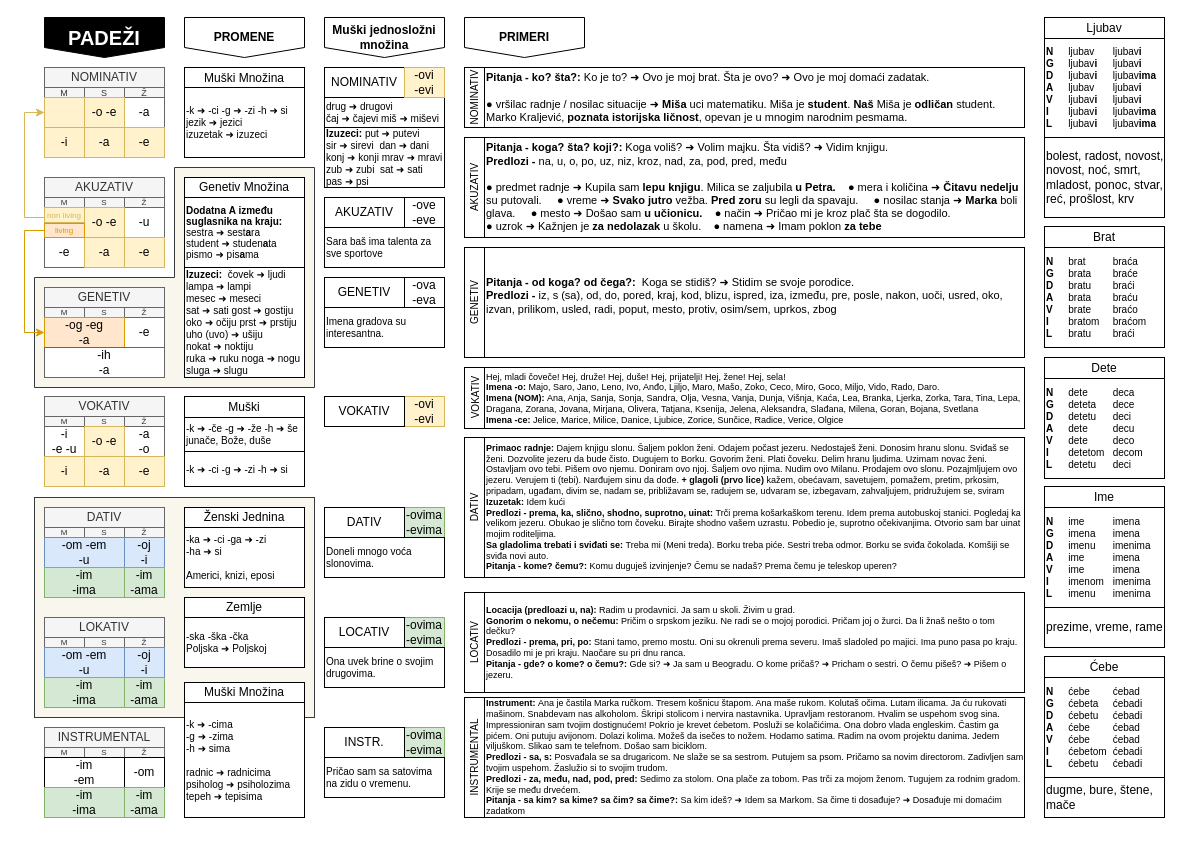
The draw.io diagram draws/padezi.drawio in vlandivir/srpski, before the edit. Source tidied: cells renumbered, new cells numbered last; positions are measured from the earlier drawing's top-left corner, leaving out a move shared by most shapes. Both pictures are drawn from the tidied source at 100%, with x=0, y=0 at pixel (24, 17).
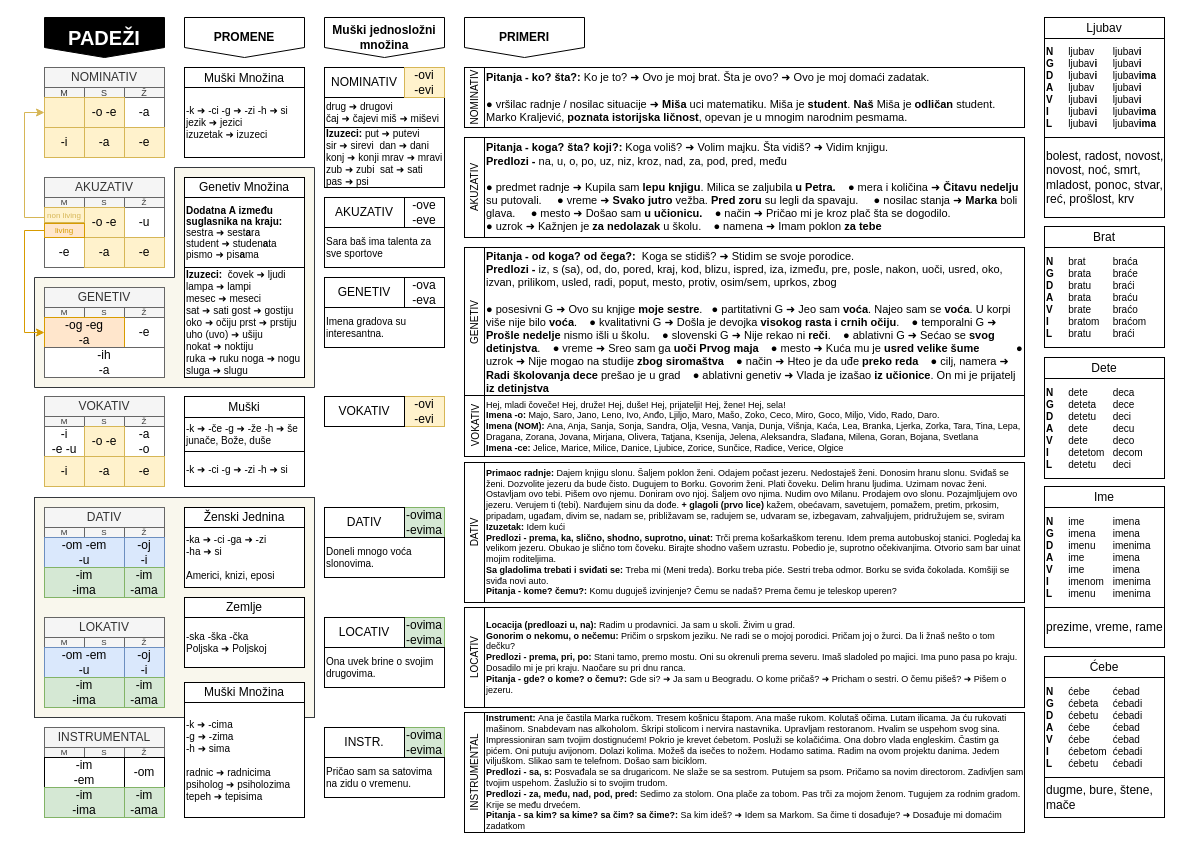
The same diagram, later.

Diff of the diagram source:
```diff
@@
     <mxCell id="97" value="GENETIV" style="rounded=0;whiteSpace=wrap;html=1;fontSize=10;horizontal=0;" parent="1" vertex="1">
-      <mxGeometry x="440" y="230" width="20" height="110" as="geometry" />
+      <mxGeometry x="440" y="230" width="20" height="150" as="geometry" />
     </mxCell>
     <mxCell id="98" value="VOKATIV" style="rounded=0;whiteSpace=wrap;html=1;fontSize=10;horizontal=0;" parent="1" vertex="1">
-      <mxGeometry x="440" y="350" width="20" height="61" as="geometry" />
+      <mxGeometry x="440" y="378" width="20" height="61" as="geometry" />
     </mxCell>
     <mxCell id="99" value="DATIV" style="rounded=0;whiteSpace=wrap;html=1;fontSize=10;horizontal=0;" parent="1" vertex="1">
-      <mxGeometry x="440" y="420" width="20" height="140" as="geometry" />
+      <mxGeometry x="440" y="445" width="20" height="140" as="geometry" />
     </mxCell>
     <mxCell id="100" value="LOCATIV" style="rounded=0;whiteSpace=wrap;html=1;fontSize=10;horizontal=0;" parent="1" vertex="1">
-      <mxGeometry x="440" y="575" width="20" height="100" as="geometry" />
+      <mxGeometry x="440" y="590" width="20" height="100" as="geometry" />
     </mxCell>
     <mxCell id="101" value="INSTRUMENTAL" style="rounded=0;whiteSpace=wrap;html=1;fontSize=10;horizontal=0;" parent="1" vertex="1">
-      <mxGeometry x="440" y="680" width="20" height="120" as="geometry" />
+      <mxGeometry x="440" y="695" width="20" height="120" as="geometry" />
     </mxCell>
@@
-    <mxCell id="106" value="&lt;font style=&quot;font-size: 11px;&quot;&gt;&lt;b style=&quot;&quot;&gt;Pitanja - od koga? od čega?:&amp;nbsp; &lt;/b&gt;Koga se stidiš? ➜ Stidim se svoje porodice.&amp;nbsp;&lt;br&gt;&lt;b&gt;Predlozi -&lt;/b&gt; iz, s (sa), od, do, pored, kraj, kod, blizu, ispred, iza, između, pre, posle, nakon, uoči, usred, oko, izvan, prilikom, usled, radi, poput, mesto, protiv, osim/sem, uprkos, zbog&lt;br&gt;&lt;br&gt;&lt;/font&gt;" style="rounded=0;whiteSpace=wrap;html=1;align=left;fontSize=9;" parent="1" vertex="1">
-      <mxGeometry x="460" y="230" width="540" height="110" as="geometry" />
+    <mxCell id="106" value="&lt;font style=&quot;font-size: 11px;&quot;&gt;&lt;b&gt;Pitanja - od koga? od čega?:&amp;nbsp; &lt;/b&gt;Koga se stidiš? ➜ Stidim se svoje porodice.&amp;nbsp;&lt;br&gt;&lt;b&gt;Predlozi -&lt;/b&gt; iz, s (sa), od, do, pored, kraj, kod, blizu, ispred, iza, između, pre, posle, nakon, uoči, usred, oko, izvan, prilikom, usled, radi, poput, mesto, protiv, osim/sem, uprkos, zbog&lt;/font&gt;&lt;div style=&quot;font-size: 11px;&quot;&gt;&lt;font style=&quot;font-size: 11px;&quot;&gt;&lt;br&gt;&lt;/font&gt;&lt;/div&gt;&lt;div style=&quot;font-size: 11px;&quot;&gt;&lt;font style=&quot;font-size: 11px;&quot;&gt;● posesivni G ➜ Ovo su knjige &lt;b&gt;moje sestre&lt;/b&gt;. &amp;nbsp; ● partitativni G ➜ Jeo sam &lt;b&gt;voća&lt;/b&gt;. Najeo sam se &lt;b&gt;voća&lt;/b&gt;. U korpi više nije bilo &lt;b&gt;voća&lt;/b&gt;. &amp;nbsp; &amp;nbsp;● kvalitativni G ➜ Došla je devojka &lt;b&gt;visokog rasta i crnih očiju&lt;/b&gt;. &amp;nbsp; &amp;nbsp;● temporalni G ➜ &lt;b&gt;Prošle nedelje&lt;/b&gt; nismo išli u školu. &amp;nbsp; &amp;nbsp;● slovenski G ➜ Nije rekao ni &lt;b&gt;reči&lt;/b&gt;. &amp;nbsp; &amp;nbsp;● ablativni G ➜ Sećao se &lt;b&gt;svog detinjstva&lt;/b&gt;. &amp;nbsp; &amp;nbsp;● vreme ➜ Sreo sam ga &lt;b&gt;uoči Prvog maja&lt;/b&gt; &amp;nbsp; &amp;nbsp;● mesto ➜ Kuća mu je &lt;b&gt;usred velike šume&lt;/b&gt;&amp;nbsp; &amp;nbsp; &amp;nbsp; &amp;nbsp; &amp;nbsp; &amp;nbsp; ● uzrok ➜ Nije mogao na studije &lt;b&gt;zbog siromaštva&lt;/b&gt; &amp;nbsp; &amp;nbsp;● način ➜ Hteo je da uđe &lt;b&gt;preko reda&lt;/b&gt; &amp;nbsp; &amp;nbsp;● cilj, namera ➜ &lt;b&gt;Radi školovanja dece&lt;/b&gt; prešao je u grad &amp;nbsp; &amp;nbsp;● ablativni genetiv ➜ Vlada je izašao &lt;b&gt;iz učionice&lt;/b&gt;. On mi je prijatelj &lt;b&gt;iz detinjstva&lt;/b&gt;&lt;/font&gt;&lt;/div&gt;" style="rounded=0;whiteSpace=wrap;html=1;align=left;fontSize=9;" parent="1" vertex="1">
+      <mxGeometry x="460" y="230" width="540" height="150" as="geometry" />
     </mxCell>
@@
     <mxCell id="110" value="&lt;b style=&quot;font-size: 9px;&quot;&gt;Primaoc radnje:&lt;/b&gt;&amp;nbsp;Dajem knjigu slonu. Šaljem poklon ženi. Odajem počast jezeru. Nedostaješ ženi. Donosim hranu slonu. Sviđaš se ženi. Dozvolite jezeru da bude čisto. Dugujem to Borku. Govorim ženi. Plati čoveku. Delim hranu ljudima. Uzimam novac ženi. Ostavljam ovo tebi. Pišem ovo njemu. Doniram ovo njoj. Šaljem ovo njima. Nudim ovo Milanu. Prodajem ovo slonu. Pozajmljujem ovo jezeru. Verujem ti (tebi). Narđujem sinu da dođe. &lt;b&gt;+ glagoli (prvo lice) &lt;/b&gt;kažem, obećavam,&amp;nbsp;savetujem, pomažem, pretim, prkosim, pripadam, ugađam, divim se, nadam se, približavam se, radujem se, udvaram se, izbegavam, zahvaljujem, pridružujem se, sviram&lt;br&gt;&lt;b&gt;Izuzetak: &lt;/b&gt;Idem kući&lt;br&gt;&lt;b&gt;Predlozi -&amp;nbsp;&lt;/b&gt;&lt;b style=&quot;border-color: var(--border-color);&quot;&gt;prema, ka, slično, shodno, suprotno, uinat&lt;/b&gt;&lt;b&gt;: &lt;/b&gt;Trči prema košarkaškom terenu. Idem prema autobuskoj stanici. Pogledaj ka velikom jezeru. Obukao je slično tom čoveku. Birajte shodno vašem uzrastu. Pobedio je, suprotno očekivanjima. Otvorio sam bar uinat mojim roditeljima.&lt;br&gt;&lt;b&gt;Sa gladolima trebati i sviđati se: &lt;/b&gt;Treba mi (Meni treda). Borku treba piće. Sestri treba odmor. Borku se sviđa čokolada. Komšiji se sviđa novi auto.&lt;div&gt;&lt;b style=&quot;border-color: var(--border-color);&quot;&gt;Pitanja - kome? čemu?: &lt;/b&gt;&lt;span style=&quot;border-color: var(--border-color);&quot;&gt;Komu duguješ izvinjenje? Čemu se nadaš? Prema čemu je teleskop uperen?&lt;/span&gt;&lt;br&gt;&lt;/div&gt;" style="rounded=0;whiteSpace=wrap;html=1;align=left;fontSize=9;" parent="1" vertex="1">
-      <mxGeometry x="460" y="420" width="540" height="140" as="geometry" />
+      <mxGeometry x="460" y="445" width="540" height="140" as="geometry" />
     </mxCell>
@@
     <mxCell id="118" value="Hej, mladi čoveče! Hej, druže! Hej, duše! Hej, prijatelji! Hej, žene! Hej, sela!&lt;br&gt;&lt;b&gt;Imena -o: &lt;/b&gt;Majo, Saro, Jano, Leno, Ivo, Anđo, Ljiljo, Maro, Mašo, Zoko, Ceco, Miro, Goco, Miljo, Vido, Rado, Daro.&lt;br&gt;&lt;b style=&quot;border-color: var(--border-color);&quot;&gt;Imena (NOM): &lt;/b&gt;&lt;span style=&quot;border-color: var(--border-color);&quot;&gt;Ana, Anja, Sanja, Sonja, Sandra, Olja, Vesna, Vanja, Dunja, Višnja, Kaća, Lea, Branka, Ljerka, Zorka, Tara, Tina, Lepa, Dragana, Zorana, Jovana, Mirjana, Olivera, Tatjana, Ksenija, Jelena, Aleksandra, Sla&lt;/span&gt;đana, Milena, Goran, Bojana, Svetlana&lt;br&gt;&lt;b style=&quot;border-color: var(--border-color);&quot;&gt;Imena -ce: &lt;/b&gt;&lt;span style=&quot;border-color: var(--border-color);&quot;&gt;Jelice, Marice, Milice, Danice, Ljubice, Zorice, Sunčice, Radice, Verice, Olgice&lt;/span&gt;" style="rounded=0;whiteSpace=wrap;html=1;align=left;fontSize=9;" parent="1" vertex="1">
-      <mxGeometry x="460" y="350" width="540" height="61" as="geometry" />
+      <mxGeometry x="460" y="378" width="540" height="61" as="geometry" />
     </mxCell>
     <mxCell id="119" value="&lt;b&gt;Instrument: &lt;/b&gt;Ana je častila Marka ručkom. Tresem košnicu štapom. Ana maše rukom. Kolutaš očima. Lutam ilicama. Ja ću rukovati mašinom. Snabdevam nas alkoholom. Škripi stolicom i nervira nastavnika. Upravljam restoranom. Hvalim se uspehom svog sina. Impressioniran sam tvojim dostignućem! Pokrio je krevet ćebetom. Posluži se kolačićima. Ona dobro vlada engleskim. Častim ga pićem. Oni putuju avijonom. Dolazi kolima. Možeš da isečes to nožem. Hodamo satima. Radim na ovom projektu danima. Jedem viljuškom. Slikao sam te telefnom. Došao sam biciklom.&lt;div&gt;&lt;b style=&quot;border-color: var(--border-color);&quot;&gt;Predlozi - sa, s: &lt;/b&gt;Posvađala se sa drugaricom. Ne slaže se sa sestrom. Putujem sa psom. Pričamo sa novim directorom. Zadivljen sam tvojim uspehom. Žaslužio si to svojim trudom.&lt;br&gt;&lt;b style=&quot;border-color: var(--border-color);&quot;&gt;Predlozi - za, među, nad, pod, pred&lt;/b&gt;&lt;b style=&quot;border-color: var(--border-color);&quot;&gt;: &lt;/b&gt;Sedimo za stolom. Ona plače za tobom. Pas trči za mojom ženom. Tugujem za rodnim gradom. Krije se među drvećem.&lt;br&gt;&lt;b&gt;Pitanja - sa kim? sa kime? sa čim? sa čime?:&lt;/b&gt; Sa kim ideš?&amp;nbsp;➜ Idem sa Markom. Sa čime ti dosađuje?&amp;nbsp;➜ Dosađuje mi domaćim zadatkom&lt;/div&gt;" style="rounded=0;whiteSpace=wrap;html=1;align=left;fontSize=9;" parent="1" vertex="1">
-      <mxGeometry x="460" y="680" width="540" height="120" as="geometry" />
+      <mxGeometry x="460" y="695" width="540" height="120" as="geometry" />
     </mxCell>
@@
     <mxCell id="121" value="&lt;b style=&quot;font-size: 9px;&quot;&gt;Locacija (predloazi u, na): &lt;/b&gt;&lt;span style=&quot;font-size: 9px;&quot;&gt;Radim u prodavnici. Ja sam u skoli. Živim u grad.&lt;br&gt;&lt;/span&gt;&lt;b style=&quot;font-size: 9px;&quot;&gt;Gonorim o nekomu, o nečemu: &lt;/b&gt;Pričim o srpskom jeziku. Ne radi se o mojoj porodici. Pričam joj o žurci. Da li žnaš nešto o tom dečku?&lt;br&gt;&lt;b style=&quot;font-size: 9px;&quot;&gt;Predlozi - prema, pri, po: &lt;/b&gt;Stani tamo, premo mostu. Oni su okrenuli prema severu. Imaš sladoled po majici. Ima puno pasa po kraju. Dosadilo mi je pri kraju. Naočare su pri dnu ranca.&lt;br&gt;&lt;b style=&quot;font-size: 9px;&quot;&gt;Pitanja - gde? o kome? o čemu?: &lt;/b&gt;Gde si? ➜ Ja sam u Beogradu. O kome pričaš?&amp;nbsp;➜ Pricham o sestri. O čemu pišeš?&amp;nbsp;➜ Pišem o jezeru." style="rounded=0;whiteSpace=wrap;html=1;align=left;fontSize=9;" parent="1" vertex="1">
-      <mxGeometry x="460" y="575" width="540" height="100" as="geometry" />
+      <mxGeometry x="460" y="590" width="540" height="100" as="geometry" />
     </mxCell>
```
